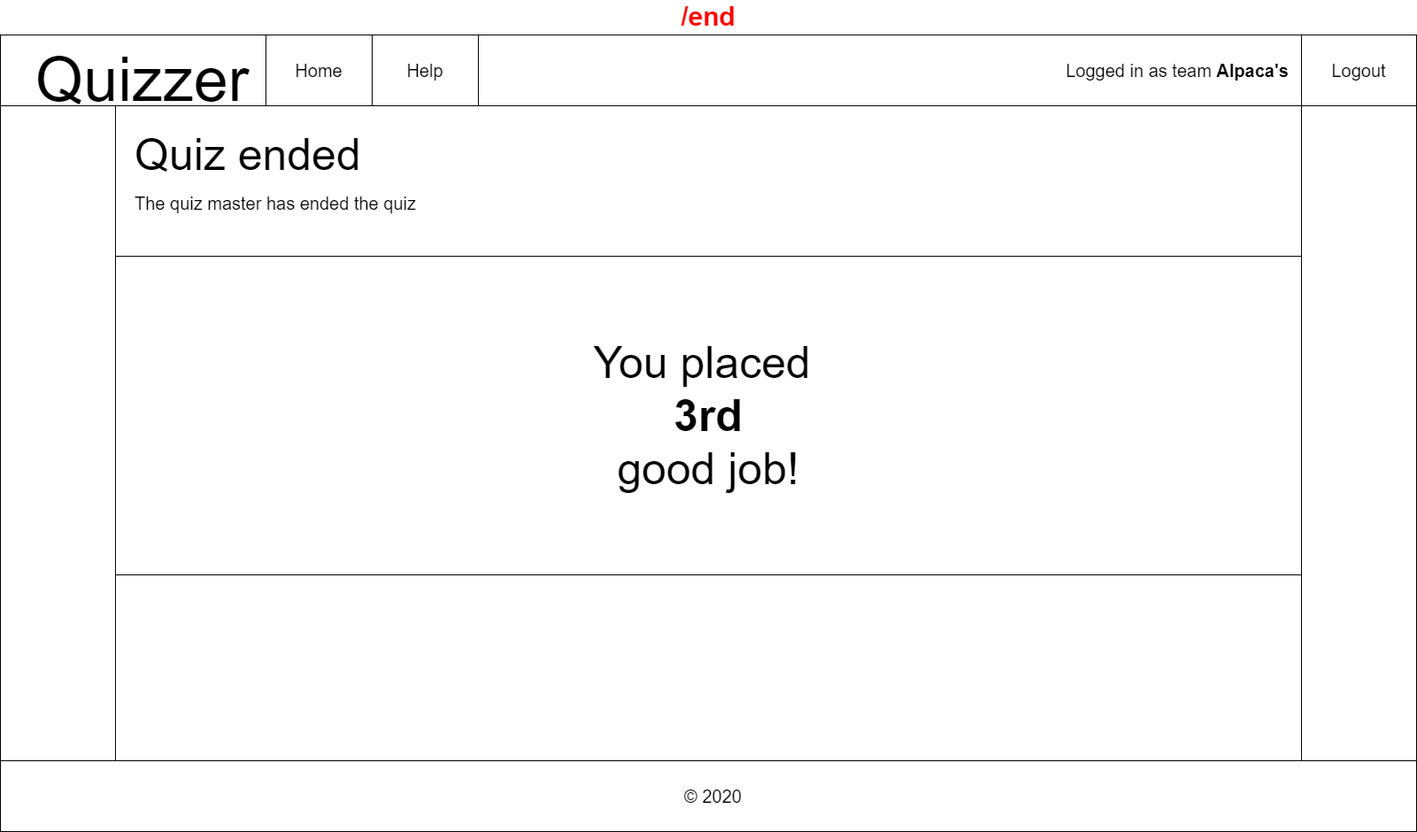
This is docs/wireframes/team-end.png from IkBenDeSjaak/Quizzer, a draw.io export, as it was before one commit. Source tidied: cells renumbered, new cells last; positions are measured from the earlier drawing's top-left corner, leaving out a move shared by most shapes.
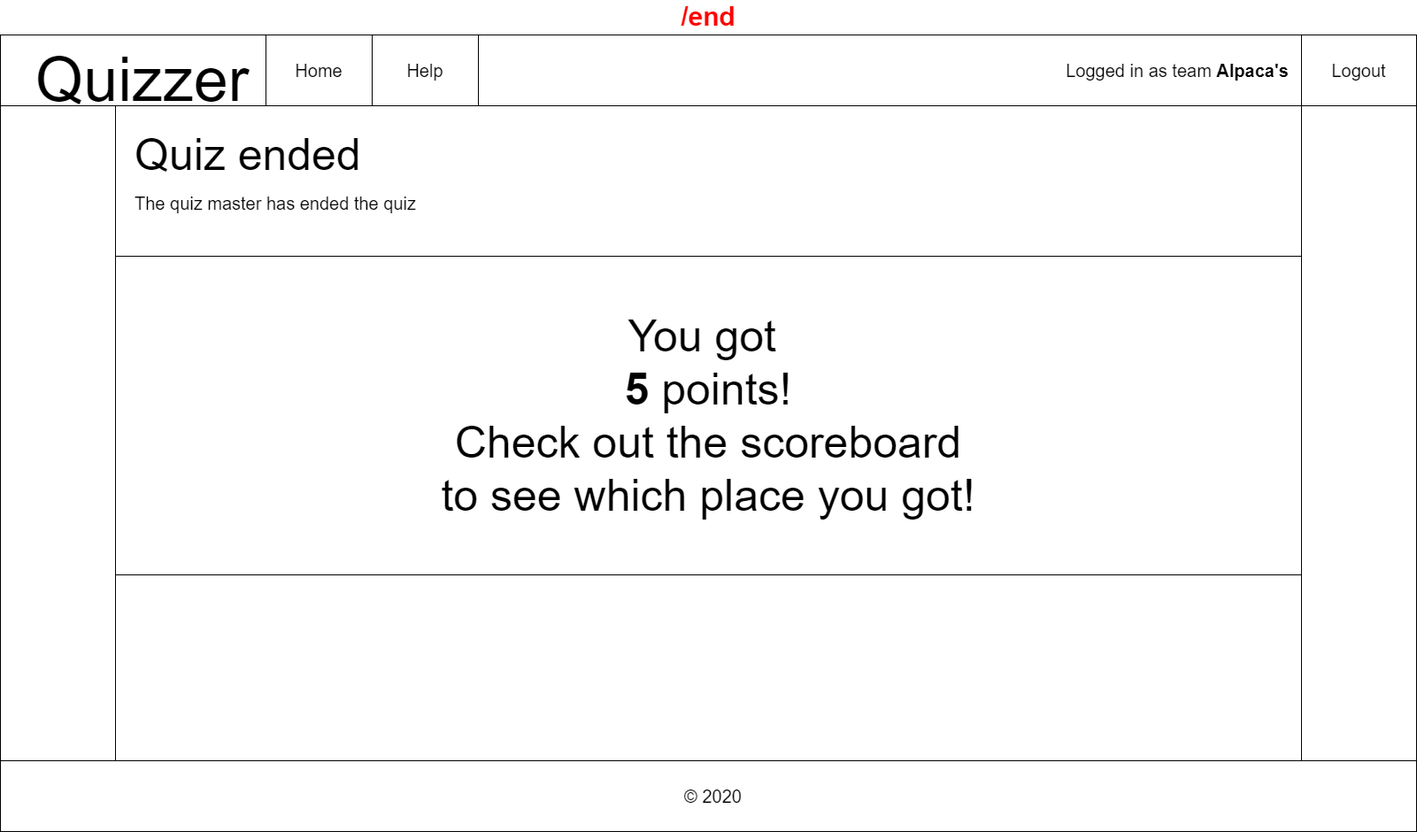
The same diagram one commit later.

Change to the diagram source:
```diff
@@ -44,7 +44,7 @@
     <mxCell id="15" value="Logout" style="rounded=0;whiteSpace=wrap;html=1;fontSize=20;" parent="2" vertex="1">
       <mxGeometry x="1470" width="130" height="80" as="geometry" />
     </mxCell>
-    <mxCell id="16" value="&lt;font style=&quot;font-size: 50px&quot;&gt;&lt;span style=&quot;font-size: 50px&quot;&gt;You placed&amp;nbsp;&lt;/span&gt;&lt;br&gt;&lt;font style=&quot;font-size: 50px&quot;&gt;&lt;b&gt;3rd&lt;/b&gt;&lt;br&gt;good job!&lt;br&gt;&lt;/font&gt;&lt;/font&gt;" style="text;html=1;strokeColor=none;fillColor=none;align=center;verticalAlign=middle;whiteSpace=wrap;rounded=0;" parent="2" vertex="1">
+    <mxCell id="16" value="&lt;font style=&quot;font-size: 50px&quot;&gt;&lt;font style=&quot;font-size: 50px&quot;&gt;You got&amp;nbsp;&lt;br&gt;&lt;b&gt;5&amp;nbsp;&lt;/b&gt;points!&lt;br&gt;Check out the scoreboard&lt;br&gt;to see which place you got!&lt;br&gt;&lt;/font&gt;&lt;/font&gt;" style="text;html=1;strokeColor=none;fillColor=none;align=center;verticalAlign=middle;whiteSpace=wrap;rounded=0;" parent="2" vertex="1">
       <mxGeometry x="130" y="250" width="1340" height="360" as="geometry" />
     </mxCell>
     <mxCell id="17" value="The quiz master has ended the quiz" style="text;html=1;strokeColor=none;fillColor=none;align=left;verticalAlign=middle;whiteSpace=wrap;rounded=0;fontSize=20;" parent="2" vertex="1">
```
